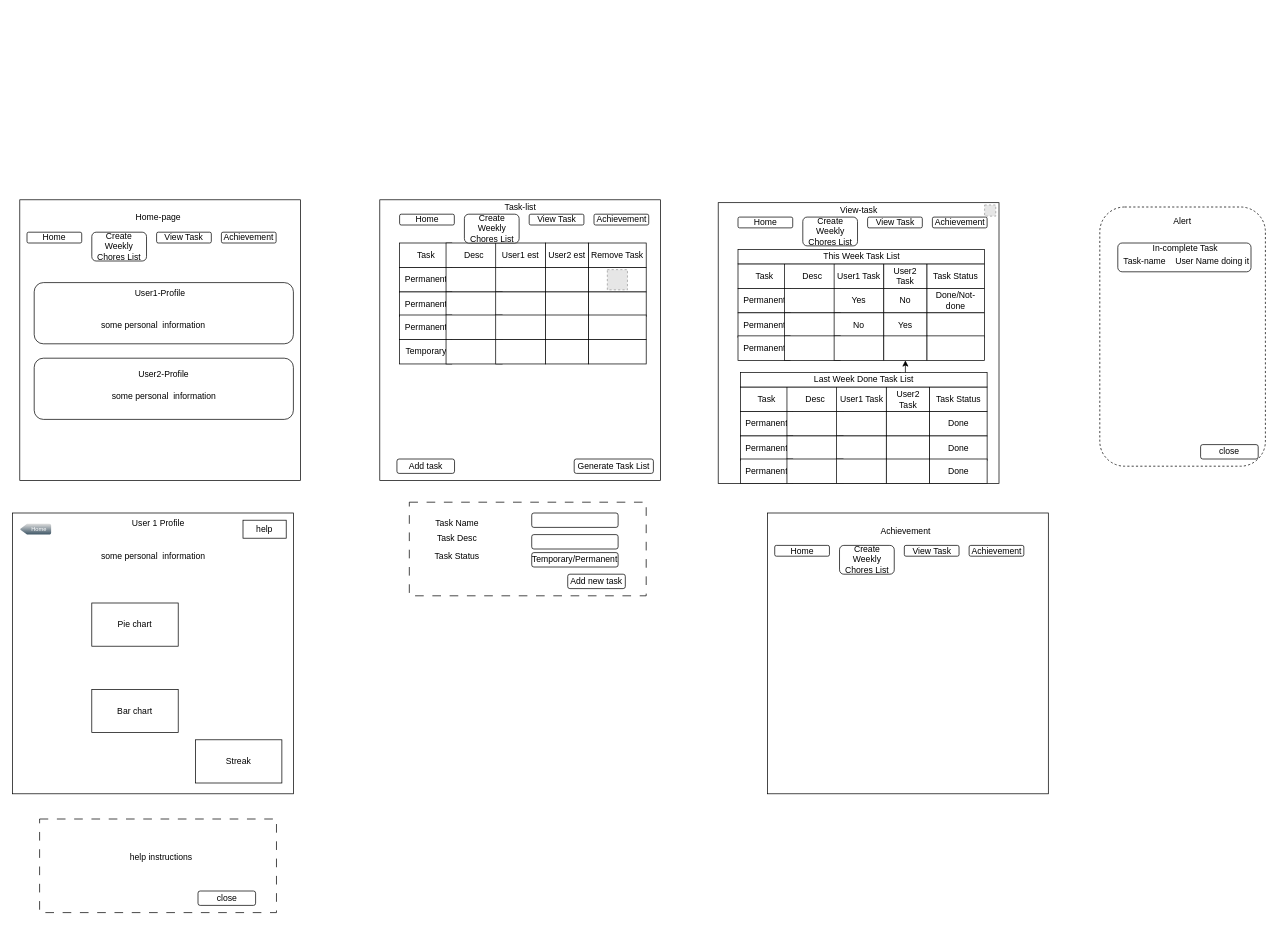
ray66han/SW-Etal-Grp-Work keeps this draw.io diagram as missions/GUI/Untitled.drawio. Above is the earlier version. Source tidied: cells renumbered, new cells numbered last; positions are measured from the earlier drawing's top-left corner, leaving out a move shared by most shapes. Both pictures are drawn from the tidied source at 72%, with x=0, y=0 at pixel (12, 197). Pictures stored in the file or linked from it are replaced by grey dashed boxes.
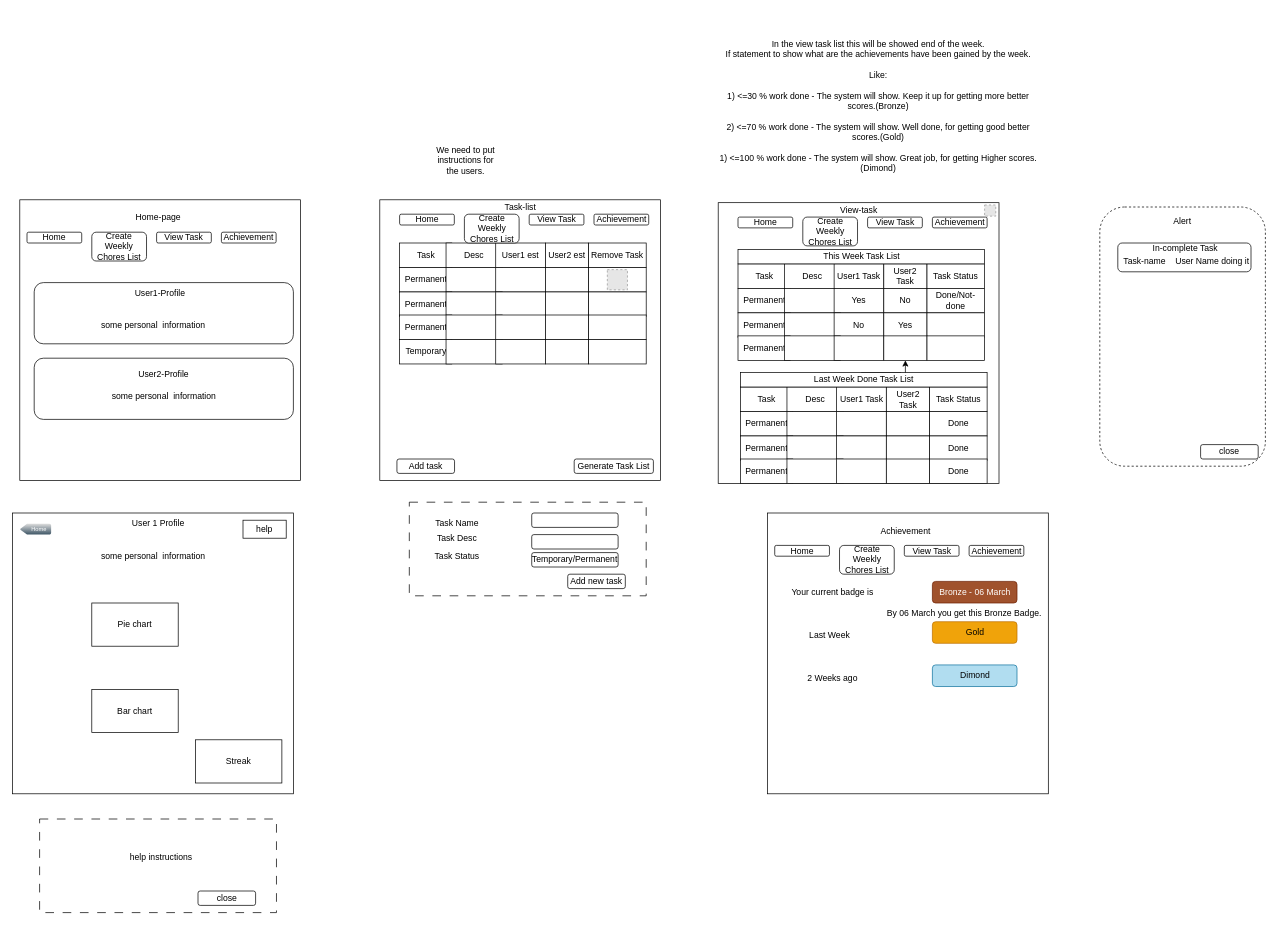
Above is the later version.

Commit message:
inside missions-GUI-Untitled.drawio updated

What changed in the source:
```diff
@@
+    <mxCell id="130" value="We need to put instructions for the users." style="text;html=1;strokeColor=none;fillColor=none;align=center;verticalAlign=middle;whiteSpace=wrap;rounded=0;" parent="1" vertex="1">
+      <mxGeometry x="582" y="-66" width="95" height="30" as="geometry" />
+    </mxCell>
+    <mxCell id="131" value="In the view task list this will be showed end of the week.&lt;br&gt;If statement to show what are the achievements have been gained by the week.&lt;br&gt;&lt;br&gt;Like:&lt;br&gt;&lt;br&gt;1) &amp;lt;=30 % work done - The system will show. Keep it up for getting more better scores.(Bronze)&lt;br&gt;&lt;br&gt;2) &amp;lt;=70 % work done - The system will show. Well done, for getting good better scores.(Gold)&lt;br&gt;&lt;br&gt;1) &amp;lt;=100 % work done - The system will show. Great job, for getting Higher scores.(Dimond)" style="text;html=1;strokeColor=none;fillColor=none;align=center;verticalAlign=middle;whiteSpace=wrap;rounded=0;" parent="1" vertex="1">
+      <mxGeometry x="980" y="-256" width="444.5" height="260" as="geometry" />
+    </mxCell>
+    <mxCell id="132" value="Your current badge is" style="text;html=1;strokeColor=none;fillColor=none;align=center;verticalAlign=middle;whiteSpace=wrap;rounded=0;" parent="1" vertex="1">
+      <mxGeometry x="1048.5" y="534" width="180" height="30" as="geometry" />
+    </mxCell>
+    <mxCell id="133" value="Bronze - 06 March" style="rounded=1;whiteSpace=wrap;html=1;fillColor=#a0522d;fontColor=#ffffff;strokeColor=#6D1F00;" parent="1" vertex="1">
+      <mxGeometry x="1277.5" y="534" width="117.5" height="30" as="geometry" />
+    </mxCell>
+    <mxCell id="134" value="Last Week" style="text;html=1;strokeColor=none;fillColor=none;align=center;verticalAlign=middle;whiteSpace=wrap;rounded=0;" parent="1" vertex="1">
+      <mxGeometry x="1044.5" y="594" width="180" height="30" as="geometry" />
+    </mxCell>
+    <mxCell id="135" value="Gold" style="rounded=1;whiteSpace=wrap;html=1;fillColor=#f0a30a;fontColor=#000000;strokeColor=#BD7000;" parent="1" vertex="1">
+      <mxGeometry x="1277.5" y="590" width="117.5" height="30" as="geometry" />
+    </mxCell>
+    <mxCell id="136" value="2 Weeks ago" style="text;html=1;strokeColor=none;fillColor=none;align=center;verticalAlign=middle;whiteSpace=wrap;rounded=0;" parent="1" vertex="1">
+      <mxGeometry x="1048.5" y="654" width="180" height="30" as="geometry" />
+    </mxCell>
+    <mxCell id="137" value="Dimond" style="rounded=1;whiteSpace=wrap;html=1;fillColor=#b1ddf0;strokeColor=#10739e;" parent="1" vertex="1">
+      <mxGeometry x="1277.5" y="650" width="117.5" height="30" as="geometry" />
+    </mxCell>
+    <mxCell id="138" value="By 06 March you get this Bronze Badge." style="text;html=1;strokeColor=none;fillColor=none;align=center;verticalAlign=middle;whiteSpace=wrap;rounded=0;" parent="1" vertex="1">
+      <mxGeometry x="1210" y="564" width="223.8" height="30" as="geometry" />
+    </mxCell>
```
